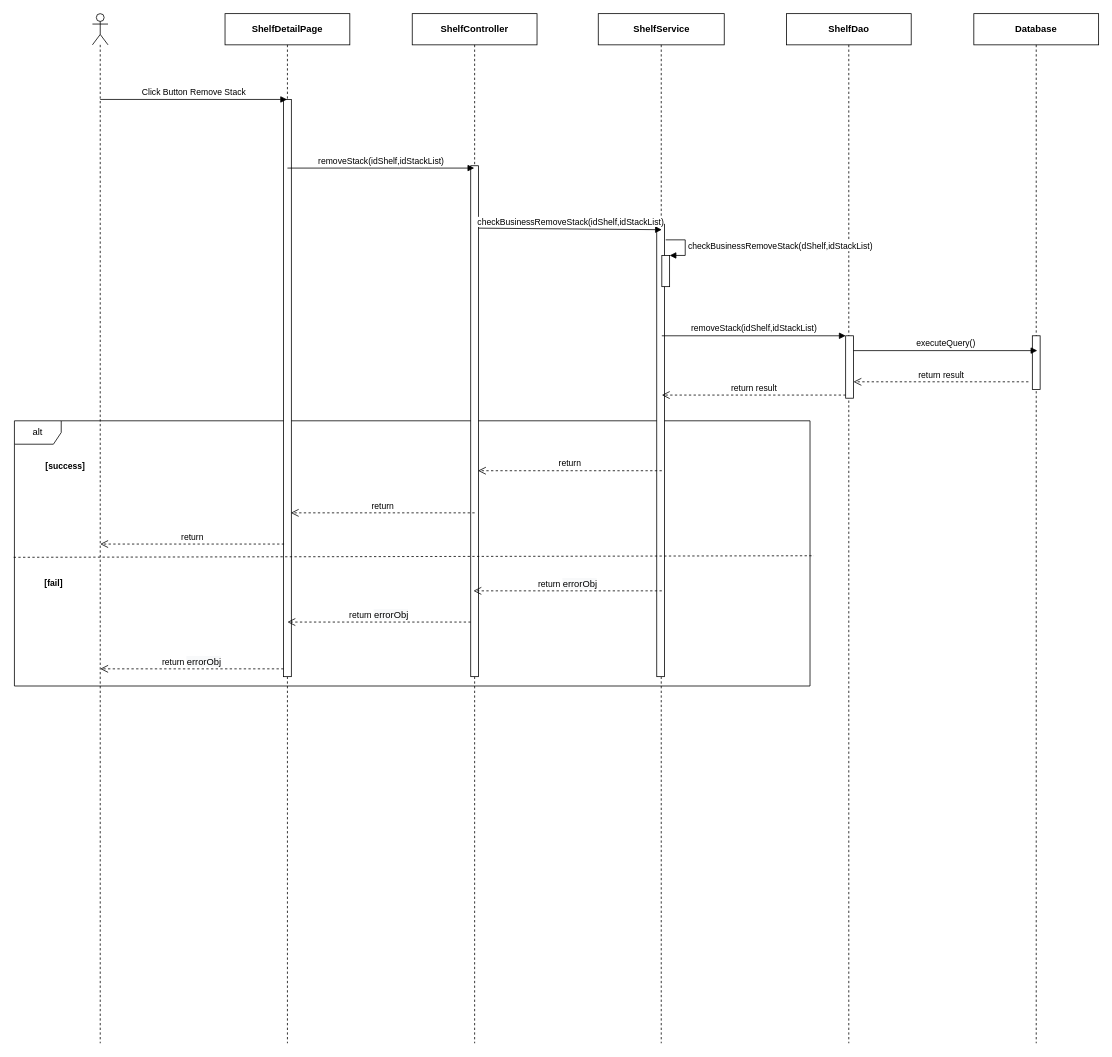
Earlier version of the draw.io diagram page "Ev07" (4 of 4) of 0. Create/Sequece/sc02/SC0201_ShelfDetail.drawio (luannmdev/CapstoneDocument). Source tidied: cells renumbered, new cells numbered last; positions are measured from the earlier drawing's top-left corner, leaving out a move shared by most shapes. Both pictures are drawn from the tidied source at 78%, with x=0, y=0 at pixel (13, 13).
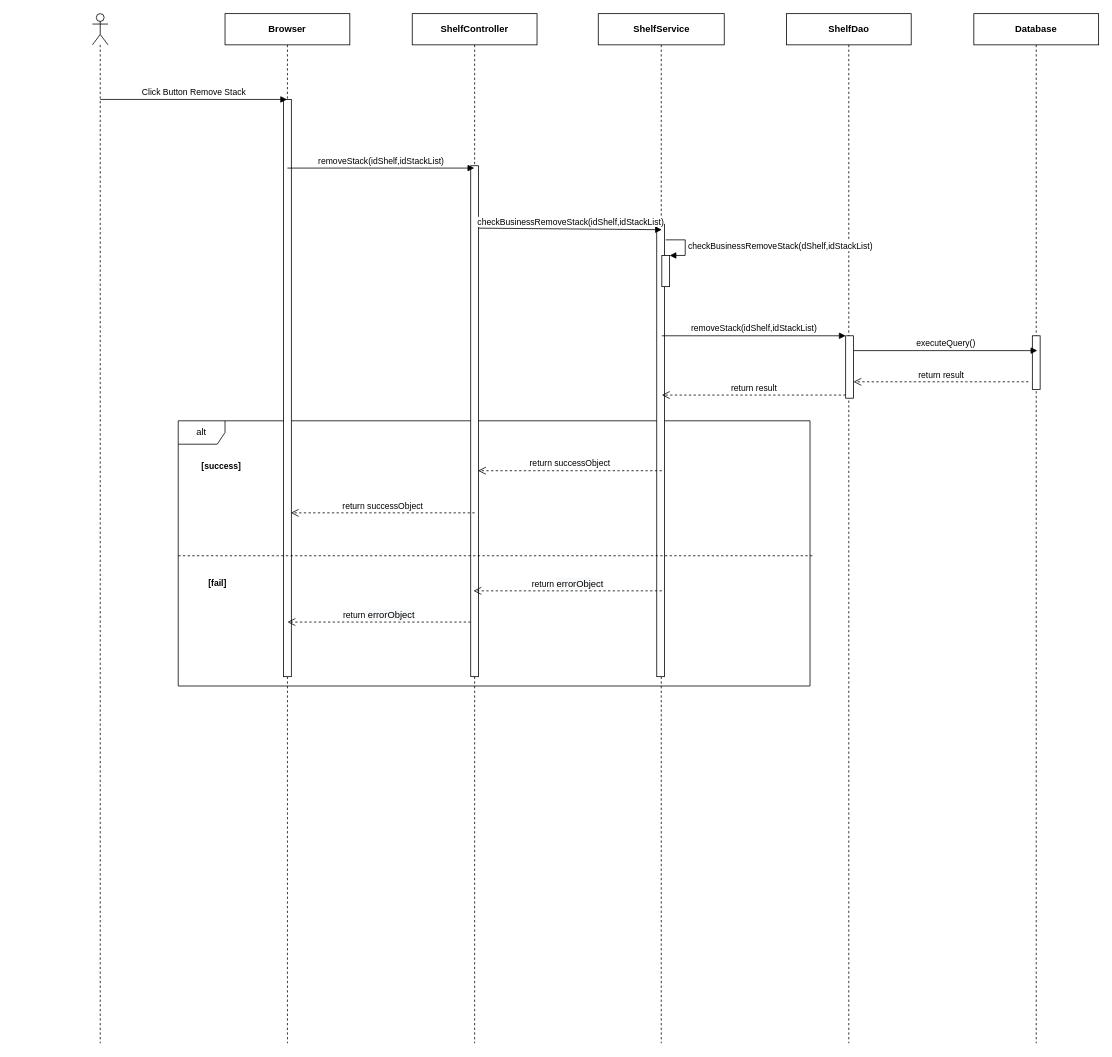
The same page after the edit.

The edit, as a diff of the source:
```diff
@@
     <mxCell id="2" value="alt" style="shape=umlFrame;whiteSpace=wrap;html=1;" parent="1" vertex="1">
-      <mxGeometry x="1" y="522" width="1020" height="340" as="geometry" />
+      <mxGeometry x="211" y="522" width="810" height="340" as="geometry" />
     </mxCell>
@@
-    <mxCell id="4" value="&lt;b&gt;ShelfDetailPage&lt;/b&gt;" style="shape=umlLifeline;perimeter=lifelinePerimeter;whiteSpace=wrap;html=1;outlineConnect=0;" parent="1" vertex="1">
+    <mxCell id="4" value="&lt;b&gt;Browser&lt;/b&gt;" style="shape=umlLifeline;perimeter=lifelinePerimeter;whiteSpace=wrap;html=1;outlineConnect=0;" parent="1" vertex="1">
       <mxGeometry x="271" width="160" height="1320" as="geometry" />
     </mxCell>
@@
-    <mxCell id="19" value="return&amp;nbsp;&lt;span style=&quot;font-size: 12px ; background-color: rgb(248 , 249 , 250)&quot;&gt;errorObj&lt;/span&gt;" style="html=1;verticalAlign=bottom;endArrow=open;dashed=1;endSize=8;" parent="1" edge="1">
+    <mxCell id="19" value="return&amp;nbsp;&lt;span style=&quot;font-size: 12px ; background-color: rgb(248 , 249 , 250)&quot;&gt;errorObject&lt;/span&gt;" style="html=1;verticalAlign=bottom;endArrow=open;dashed=1;endSize=8;" parent="1" edge="1">
       <mxGeometry relative="1" as="geometry">
         <mxPoint x="586" y="780" as="sourcePoint" />
         <mxPoint x="351" y="780" as="targetPoint" />
       </mxGeometry>
     </mxCell>
-    <mxCell id="20" value="return&amp;nbsp;&lt;span style=&quot;font-size: 12px ; background-color: rgb(248 , 249 , 250)&quot;&gt;errorObj&lt;/span&gt;" style="html=1;verticalAlign=bottom;endArrow=open;dashed=1;endSize=8;" parent="1" edge="1">
+    <mxCell id="20" value="return&amp;nbsp;&lt;span style=&quot;font-size: 12px ; background-color: rgb(248 , 249 , 250)&quot;&gt;errorObject&lt;/span&gt;" style="html=1;verticalAlign=bottom;endArrow=open;dashed=1;endSize=8;" parent="1" edge="1">
       <mxGeometry relative="1" as="geometry">
         <mxPoint x="831" y="740" as="sourcePoint" />
         <mxPoint x="589.5" y="740" as="targetPoint" />
       </mxGeometry>
     </mxCell>
@@
-    <mxCell id="25" value="return" style="html=1;verticalAlign=bottom;endArrow=open;dashed=1;endSize=8;exitX=0;exitY=0.95;" parent="1" edge="1">
+    <mxCell id="25" value="return successObject" style="html=1;verticalAlign=bottom;endArrow=open;dashed=1;endSize=8;exitX=0;exitY=0.95;" parent="1" edge="1">
       <mxGeometry relative="1" as="geometry">
         <mxPoint x="831" y="586" as="sourcePoint" />
         <mxPoint x="595.3" y="586" as="targetPoint" />
       </mxGeometry>
     </mxCell>
-    <mxCell id="26" value="return" style="html=1;verticalAlign=bottom;endArrow=open;dashed=1;endSize=8;exitX=0;exitY=0.95;" parent="1" edge="1">
+    <mxCell id="26" value="return successObject" style="html=1;verticalAlign=bottom;endArrow=open;dashed=1;endSize=8;exitX=0;exitY=0.95;" parent="1" edge="1">
       <mxGeometry relative="1" as="geometry">
         <mxPoint x="591" y="640" as="sourcePoint" />
         <mxPoint x="355.3" y="640" as="targetPoint" />
       </mxGeometry>
     </mxCell>
-    <mxCell id="27" style="endArrow=none;dashed=1;html=1;exitX=-0.001;exitY=0.303;exitDx=0;exitDy=0;exitPerimeter=0;entryX=1.005;entryY=0.297;entryDx=0;entryDy=0;entryPerimeter=0;" parent="1" edge="1">
+    <mxCell id="27" style="endArrow=none;dashed=1;html=1;entryX=1.005;entryY=0.297;entryDx=0;entryDy=0;entryPerimeter=0;" parent="1" edge="1">
       <mxGeometry relative="1" as="geometry">
-        <mxPoint y="697" as="sourcePoint" />
+        <mxPoint x="211" y="695" as="sourcePoint" />
         <mxPoint x="1026.1" y="695" as="targetPoint" />
       </mxGeometry>
     </mxCell>
-    <mxCell id="28" value="return" style="html=1;verticalAlign=bottom;endArrow=open;dashed=1;endSize=8;exitX=0;exitY=0.95;" parent="1" edge="1">
-      <mxGeometry relative="1" as="geometry">
-        <mxPoint x="346.7" y="680" as="sourcePoint" />
-        <mxPoint x="111" y="680" as="targetPoint" />
-      </mxGeometry>
-    </mxCell>
     <mxCell id="29" value="&lt;span style=&quot;font-size: 11px ; background-color: rgb(255 , 255 , 255)&quot;&gt;&lt;b&gt;[success]&lt;/b&gt;&lt;/span&gt;" style="text;html=1;align=center;verticalAlign=middle;" parent="1" vertex="1">
-      <mxGeometry x="31" y="570" width="70" height="20" as="geometry" />
+      <mxGeometry x="231" y="570" width="70" height="20" as="geometry" />
     </mxCell>
     <mxCell id="30" value="&lt;span style=&quot;font-size: 11px ; background-color: rgb(255 , 255 , 255)&quot;&gt;&lt;b&gt;[fail]&lt;/b&gt;&lt;/span&gt;" style="text;html=1;align=center;verticalAlign=middle;" parent="1" vertex="1">
-      <mxGeometry x="31" y="720" width="40" height="20" as="geometry" />
+      <mxGeometry x="241" y="720" width="40" height="20" as="geometry" />
     </mxCell>
-    <mxCell id="31" value="return&amp;nbsp;&lt;span style=&quot;font-size: 12px ; background-color: rgb(248 , 249 , 250)&quot;&gt;errorObj&lt;/span&gt;" style="html=1;verticalAlign=bottom;endArrow=open;dashed=1;endSize=8;" parent="1" edge="1">
-      <mxGeometry relative="1" as="geometry">
-        <mxPoint x="346" y="840" as="sourcePoint" />
-        <mxPoint x="111" y="840" as="targetPoint" />
-      </mxGeometry>
-    </mxCell>
```
